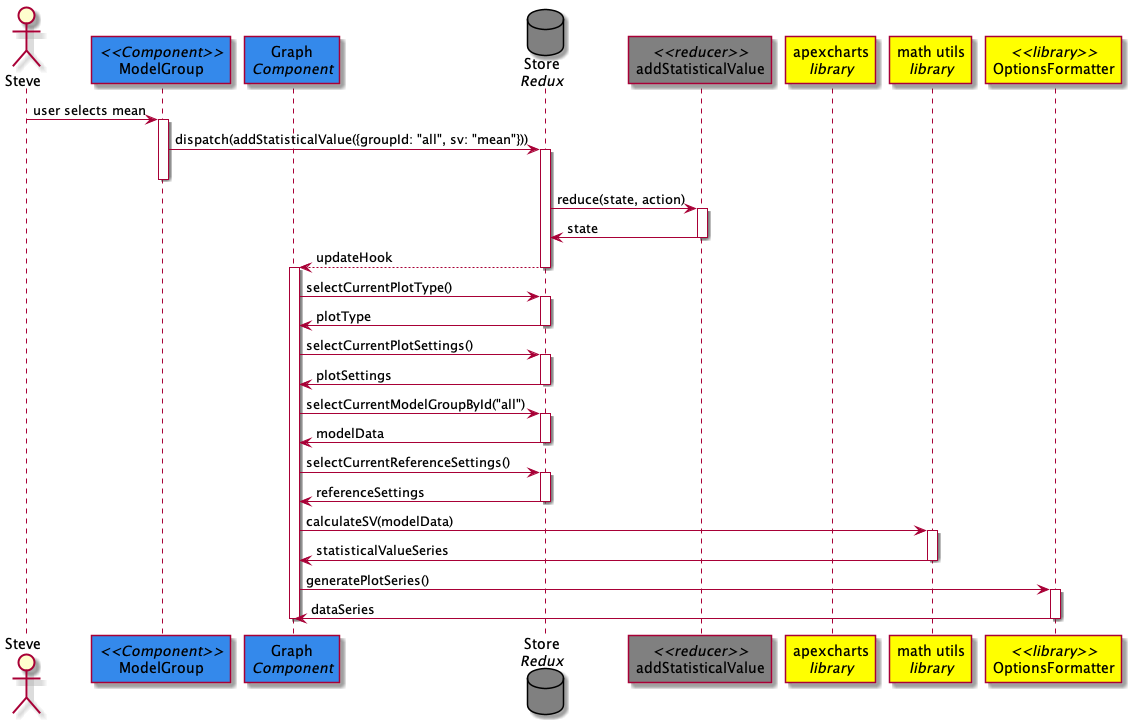
Before: DesignPhase/UML/sequence-diagrams/statistical-values/sequence-diagram.png, a diagram exported from PlantUML (EOSC-synergy/o3webapp).
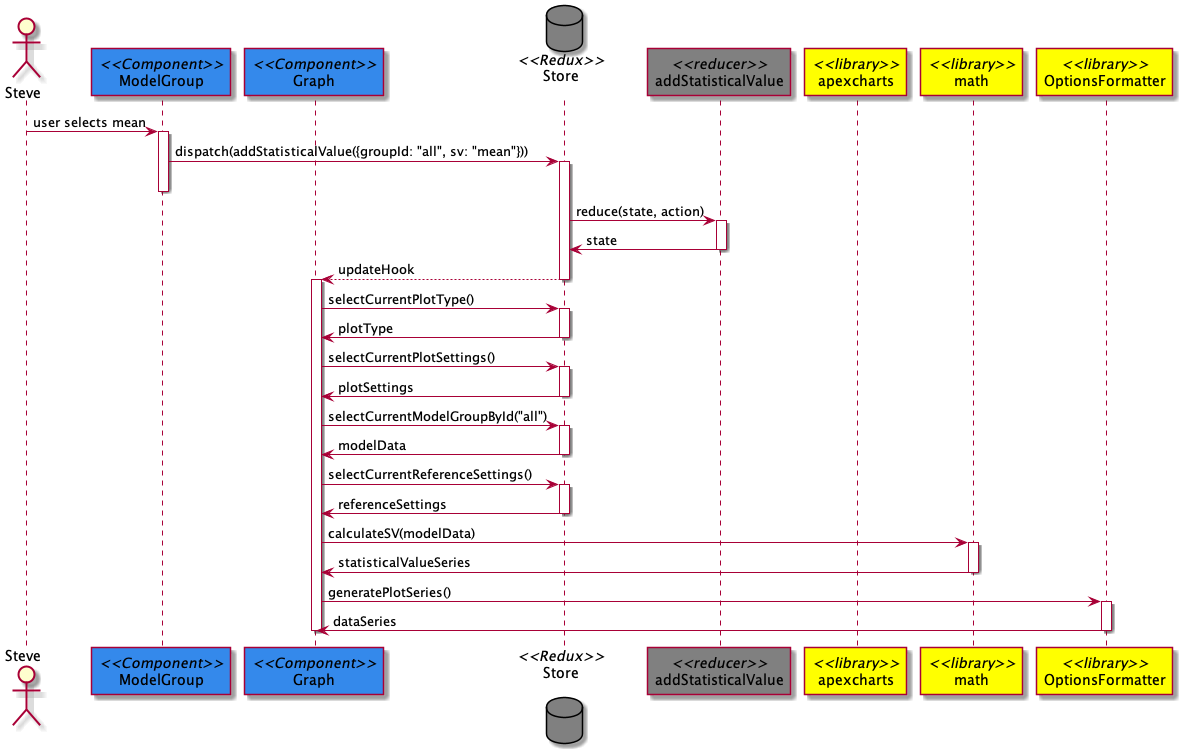
Above is the later version.

Commit message:
updated sequence diag again

Change to the diagram source:
```diff
@@ -1,11 +1,11 @@
 @startuml
 actor Steve
 participant "//<<Component>>//\nModelGroup" as MG #3489eb
-participant "Graph\n//Component//" as Graph #3489eb
-database "Store\n//Redux//" as Store #808080
+participant "//<<Component>>//\nGraph" as Graph #3489eb
+database "//<<Redux>>//\nStore\n" as Store #808080
 participant "//<<reducer>>//\naddStatisticalValue" as reducer #808080
-participant "apexcharts\n//library//" as apexcharts #ffff00
-participant "math utils\n//library//" as math #ffff00
+participant "//<<library>>//\napexcharts" as apexcharts #ffff00
+participant "//<<library>>//\nmath" as math #ffff00
 participant "//<<library>>//\nOptionsFormatter" as formatter #ffff00
 
 
```
